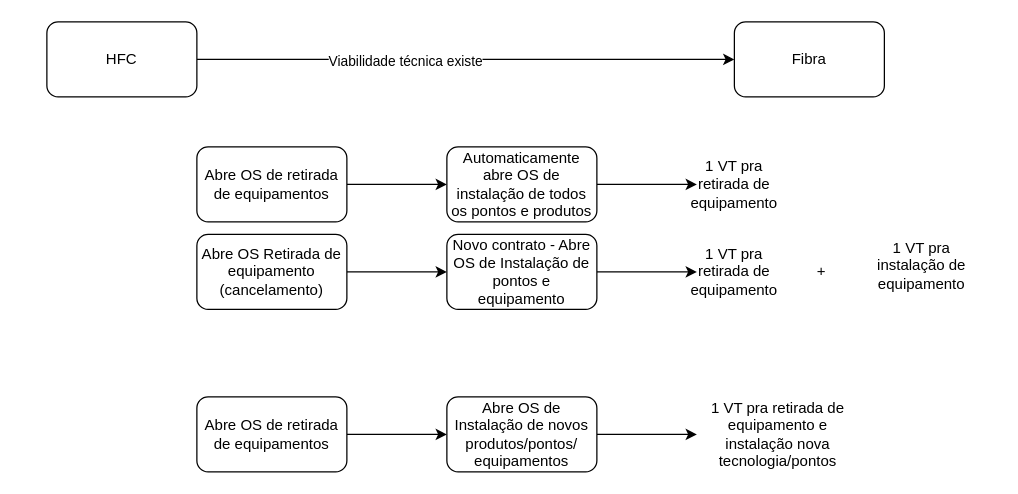
Before: 120813_128657-MUDANÇA DE ENDEREÇO PARA ÁREA HÍBRIDA.drawio in samirali/ClaroBrasil, a draw.io diagram. Source tidied: cells renumbered, new cells numbered last; positions are measured from the earlier drawing's top-left corner, leaving out a move shared by most shapes. Both pictures are drawn from the tidied source at 125%, with x=0, y=0 at pixel (46, 21).
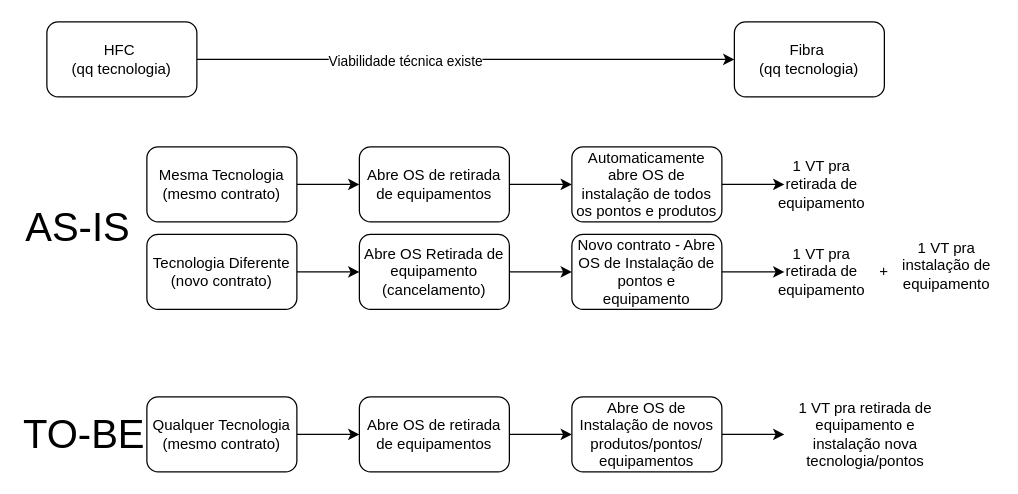
Above is the later version.

The edit, as a diff of the source:
```diff
@@
-    <mxCell id="4" value="HFC" style="rounded=1;whiteSpace=wrap;html=1;" parent="1" vertex="1">
+    <mxCell id="4" value="HFC&amp;nbsp;&lt;div&gt;(qq tecnologia)&lt;/div&gt;" style="rounded=1;whiteSpace=wrap;html=1;" parent="1" vertex="1">
       <mxGeometry width="120" height="60" as="geometry" />
     </mxCell>
-    <mxCell id="5" value="Fibra" style="rounded=1;whiteSpace=wrap;html=1;" parent="1" vertex="1">
+    <mxCell id="5" value="Fibra&amp;nbsp;&lt;div&gt;(qq tecnologia)&lt;/div&gt;" style="rounded=1;whiteSpace=wrap;html=1;" parent="1" vertex="1">
       <mxGeometry x="550" width="120" height="60" as="geometry" />
     </mxCell>
@@
     <mxCell id="7" value="Abre OS de retirada de equipamentos" style="rounded=1;whiteSpace=wrap;html=1;" parent="1" vertex="1">
-      <mxGeometry x="120" y="100" width="120" height="60" as="geometry" />
+      <mxGeometry x="250" y="100" width="120" height="60" as="geometry" />
     </mxCell>
@@
     <mxCell id="9" value="Automaticamente abre OS de instalação de todos os pontos e produtos" style="whiteSpace=wrap;html=1;rounded=1;" parent="1" vertex="1">
-      <mxGeometry x="320" y="100" width="120" height="60" as="geometry" />
+      <mxGeometry x="420" y="100" width="120" height="60" as="geometry" />
     </mxCell>
@@
     <mxCell id="11" value="Abre OS de retirada de equipamentos" style="rounded=1;whiteSpace=wrap;html=1;" parent="1" vertex="1">
-      <mxGeometry x="120" y="300" width="120" height="60" as="geometry" />
+      <mxGeometry x="250" y="300" width="120" height="60" as="geometry" />
     </mxCell>
@@
     <mxCell id="13" value="Abre OS de Instalação de novos produtos/pontos/&lt;div&gt;equipamentos&lt;/div&gt;" style="whiteSpace=wrap;html=1;rounded=1;" parent="1" vertex="1">
-      <mxGeometry x="320" y="300" width="120" height="60" as="geometry" />
+      <mxGeometry x="420" y="300" width="120" height="60" as="geometry" />
     </mxCell>
     <mxCell id="14" value="1 VT pra retirada de equipamento" style="text;html=1;align=center;verticalAlign=middle;whiteSpace=wrap;rounded=0;" parent="1" vertex="1">
-      <mxGeometry x="520" y="115" width="60" height="30" as="geometry" />
+      <mxGeometry x="590" y="115" width="60" height="30" as="geometry" />
     </mxCell>
@@
     <mxCell id="16" value="Abre OS Retirada de equipamento (cancelamento)" style="rounded=1;whiteSpace=wrap;html=1;" parent="1" vertex="1">
-      <mxGeometry x="120" y="170" width="120" height="60" as="geometry" />
+      <mxGeometry x="250" y="170" width="120" height="60" as="geometry" />
     </mxCell>
@@
     <mxCell id="18" value="Novo contrato - Abre OS de Instalação de pontos e equipamento" style="whiteSpace=wrap;html=1;rounded=1;" parent="1" vertex="1">
-      <mxGeometry x="320" y="170" width="120" height="60" as="geometry" />
+      <mxGeometry x="420" y="170" width="120" height="60" as="geometry" />
     </mxCell>
     <mxCell id="19" value="1 VT pra retirada de equipamento" style="text;html=1;align=center;verticalAlign=middle;whiteSpace=wrap;rounded=0;" parent="1" vertex="1">
-      <mxGeometry x="520" y="185" width="60" height="30" as="geometry" />
+      <mxGeometry x="590" y="185" width="60" height="30" as="geometry" />
     </mxCell>
     <mxCell id="20" value="1 VT pra instalação de equipamento" style="text;html=1;align=center;verticalAlign=middle;whiteSpace=wrap;rounded=0;" parent="1" vertex="1">
-      <mxGeometry x="660" y="180" width="80" height="30" as="geometry" />
+      <mxGeometry x="680" y="180" width="80" height="30" as="geometry" />
     </mxCell>
     <mxCell id="21" value="+" style="text;html=1;align=center;verticalAlign=middle;whiteSpace=wrap;rounded=0;" parent="1" vertex="1">
-      <mxGeometry x="590" y="185" width="60" height="30" as="geometry" />
+      <mxGeometry x="640" y="185" width="60" height="30" as="geometry" />
     </mxCell>
     <mxCell id="22" value="1 VT pra retirada de equipamento e instalação nova tecnologia/pontos" style="text;html=1;align=center;verticalAlign=middle;whiteSpace=wrap;rounded=0;" parent="1" vertex="1">
-      <mxGeometry x="520" y="315" width="130" height="30" as="geometry" />
+      <mxGeometry x="590" y="315" width="130" height="30" as="geometry" />
     </mxCell>
+    <mxCell id="23" value="AS-IS" style="text;html=1;align=center;verticalAlign=middle;whiteSpace=wrap;rounded=0;strokeWidth=1;fontSize=32;" parent="1" vertex="1">
+      <mxGeometry x="-20" y="150" width="90" height="30" as="geometry" />
+    </mxCell>
+    <mxCell id="24" value="TO-BE" style="text;html=1;align=center;verticalAlign=middle;whiteSpace=wrap;rounded=0;strokeWidth=1;fontSize=32;" parent="1" vertex="1">
+      <mxGeometry x="-20" y="315" width="100" height="30" as="geometry" />
+    </mxCell>
+    <mxCell id="25" style="edgeStyle=orthogonalEdgeStyle;rounded=0;jettySize=auto;html=1;entryX=0;entryY=0.5;entryDx=0;entryDy=0;" parent="1" edge="1" source="26" target="7">
+      <mxGeometry relative="1" as="geometry" />
+    </mxCell>
+    <mxCell id="26" value="Mesma Tecnologia (mesmo contrato)" style="rounded=1;whiteSpace=wrap;html=1;" parent="1" vertex="1">
+      <mxGeometry x="80" y="100" width="120" height="60" as="geometry" />
+    </mxCell>
+    <mxCell id="27" style="edgeStyle=orthogonalEdgeStyle;rounded=0;jettySize=auto;html=1;entryX=0;entryY=0.5;entryDx=0;entryDy=0;" parent="1" edge="1" source="28" target="16">
+      <mxGeometry relative="1" as="geometry" />
+    </mxCell>
+    <mxCell id="28" value="Tecnologia Diferente (novo contrato)" style="rounded=1;whiteSpace=wrap;html=1;" parent="1" vertex="1">
+      <mxGeometry x="80" y="170" width="120" height="60" as="geometry" />
+    </mxCell>
+    <mxCell id="29" style="edgeStyle=orthogonalEdgeStyle;rounded=0;jettySize=auto;html=1;entryX=0;entryY=0.5;entryDx=0;entryDy=0;" parent="1" edge="1" source="30" target="11">
+      <mxGeometry relative="1" as="geometry" />
+    </mxCell>
+    <mxCell id="30" value="Qualquer Tecnologia (mesmo contrato)" style="rounded=1;whiteSpace=wrap;html=1;" parent="1" vertex="1">
+      <mxGeometry x="80" y="300" width="120" height="60" as="geometry" />
+    </mxCell>
```
